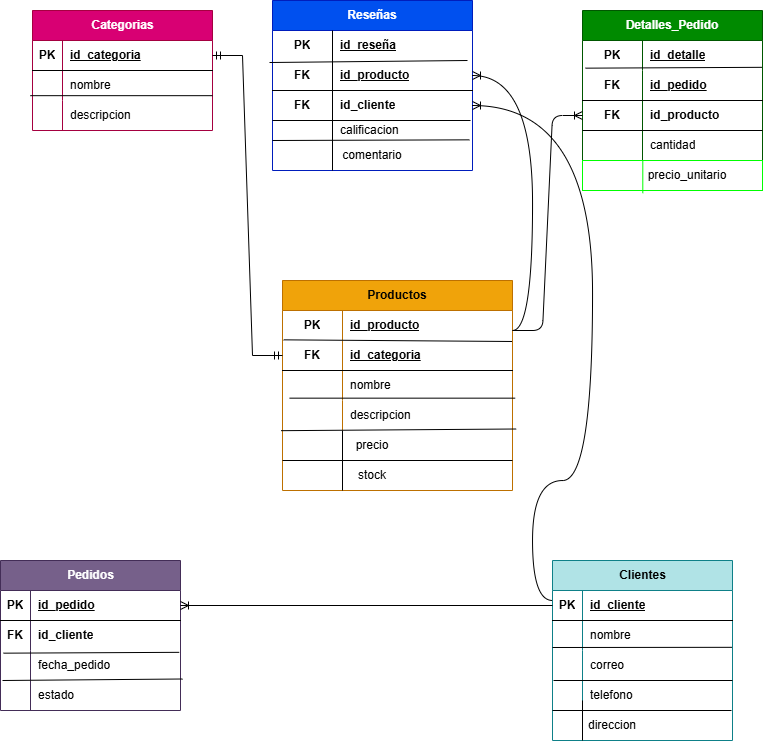
bettylp905/ProyectoFinalBD keeps this draw.io diagram as DER Sistema de Gestion de Tienda Online.drawio.png. Above is the earlier version. Source tidied: cells renumbered, new cells last; positions are measured from the earlier drawing's top-left corner, leaving out a move shared by most shapes.
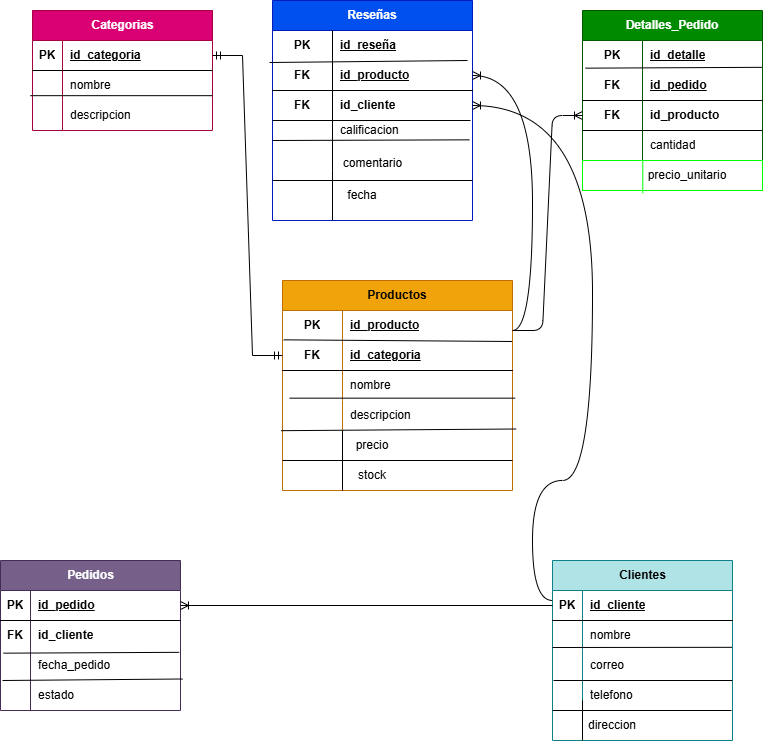
Above is the later version.

The edit, as a diff of the source:
```diff
@@ -36,7 +36,7 @@
       <mxGeometry x="30" width="150" height="30" as="geometry" />
     </mxCell>
     <mxCell id="13" value="Reseñas" style="shape=table;startSize=30;rowLines=0;fontStyle=1;align=center;html=1;whiteSpace=wrap;fillColor=#0050ef;fontColor=#ffffff;strokeColor=#001DBC;" parent="1" vertex="1">
-      <mxGeometry x="272" width="200" height="170" as="geometry" />
+      <mxGeometry x="272" width="200" height="220" as="geometry" />
     </mxCell>
     <mxCell id="14" style="shape=tableRow;horizontal=0;startSize=0;swimlaneHead=0;swimlaneBody=0;fillColor=none;points=[[0,0.5],[1,0.5]];portConstraint=eastwest;top=0;left=0;right=0;bottom=0;html=1;" parent="13" vertex="1">
       <mxGeometry y="30" width="200" height="30" as="geometry" />
@@ -80,11 +80,20 @@
     <mxCell id="27" style="endArrow=none;html=1;rounded=0;exitX=0;exitY=1;exitDx=0;exitDy=0;exitPerimeter=0;entryX=0.985;entryY=0.967;entryDx=0;entryDy=0;entryPerimeter=0;" parent="13" edge="1" source="23" target="23">
       <mxGeometry relative="1" as="geometry" />
     </mxCell>
+    <mxCell id="107" style="shape=tableRow;horizontal=0;startSize=0;swimlaneHead=0;swimlaneBody=0;fillColor=none;top=0;left=0;right=0;bottom=0;" parent="13" vertex="1">
+      <mxGeometry y="140" width="200" height="30" as="geometry" />
+    </mxCell>
+    <mxCell id="108" style="shape=partialRectangle;fillColor=none;top=0;left=0;bottom=0;right=0;overflow=hidden;" parent="107" vertex="1">
+      <mxGeometry width="60" height="30" as="geometry" />
+    </mxCell>
+    <mxCell id="109" style="shape=partialRectangle;fillColor=none;top=0;left=0;bottom=0;right=0;align=left;spacingLeft=6;overflow=hidden;" parent="107" vertex="1">
+      <mxGeometry x="60" width="140" height="30" as="geometry" />
+    </mxCell>
     <mxCell id="28" value="FK" style="shape=partialRectangle;fillColor=none;top=0;left=0;bottom=0;right=0;fontStyle=1;overflow=hidden;html=1;whiteSpace=wrap;" parent="1" vertex="1">
       <mxGeometry x="272" y="90" width="60" height="30" as="geometry" />
     </mxCell>
-    <mxCell id="29" value="&lt;span style=&quot;font-weight: normal;&quot;&gt;comentario&lt;/span&gt;" style="shape=partialRectangle;fillColor=none;top=0;left=0;bottom=0;right=0;fontStyle=1;overflow=hidden;html=1;whiteSpace=wrap;" parent="1" vertex="1">
-      <mxGeometry x="327" y="140" width="90" height="30" as="geometry" />
+    <mxCell id="29" value="&lt;span style=&quot;font-weight: normal;&quot;&gt;comentario&lt;/span&gt;&lt;div&gt;&lt;span style=&quot;font-weight: normal;&quot;&gt;&lt;br&gt;&lt;/span&gt;&lt;/div&gt;" style="shape=partialRectangle;fillColor=none;top=0;left=0;bottom=0;right=0;fontStyle=1;overflow=hidden;html=1;whiteSpace=wrap;" parent="1" vertex="1">
+      <mxGeometry x="324.5" y="150" width="95" height="40" as="geometry" />
     </mxCell>
     <mxCell id="30" style="endArrow=none;html=1;rounded=0;entryX=0.99;entryY=1;entryDx=0;entryDy=0;entryPerimeter=0;" parent="1" edge="1" target="20">
       <mxGeometry relative="1" as="geometry">
@@ -361,5 +370,20 @@
     <mxCell id="106" style="fontSize=12;html=1;endArrow=ERoneToMany;rounded=0;entryX=1;entryY=0.5;entryDx=0;entryDy=0;exitX=0;exitY=0.5;exitDx=0;exitDy=0;" parent="1" edge="1" source="85" target="70">
       <mxGeometry relative="1" as="geometry" />
     </mxCell>
+    <mxCell id="110" value="fecha" style="text;html=1;whiteSpace=wrap;strokeColor=none;fillColor=none;align=center;verticalAlign=middle;rounded=0;" parent="1" vertex="1">
+      <mxGeometry x="332" y="180" width="60" height="30" as="geometry" />
+    </mxCell>
+    <mxCell id="111" style="endArrow=none;html=1;rounded=0;" parent="1" edge="1">
+      <mxGeometry relative="1" as="geometry">
+        <mxPoint x="332" y="220" as="sourcePoint" />
+        <mxPoint x="332" y="170" as="targetPoint" />
+      </mxGeometry>
+    </mxCell>
+    <mxCell id="112" style="endArrow=none;html=1;rounded=0;" parent="1" edge="1">
+      <mxGeometry relative="1" as="geometry">
+        <mxPoint x="272" y="180" as="sourcePoint" />
+        <mxPoint x="472" y="180" as="targetPoint" />
+      </mxGeometry>
+    </mxCell>
   </root>
 </mxGraphModel>
```
